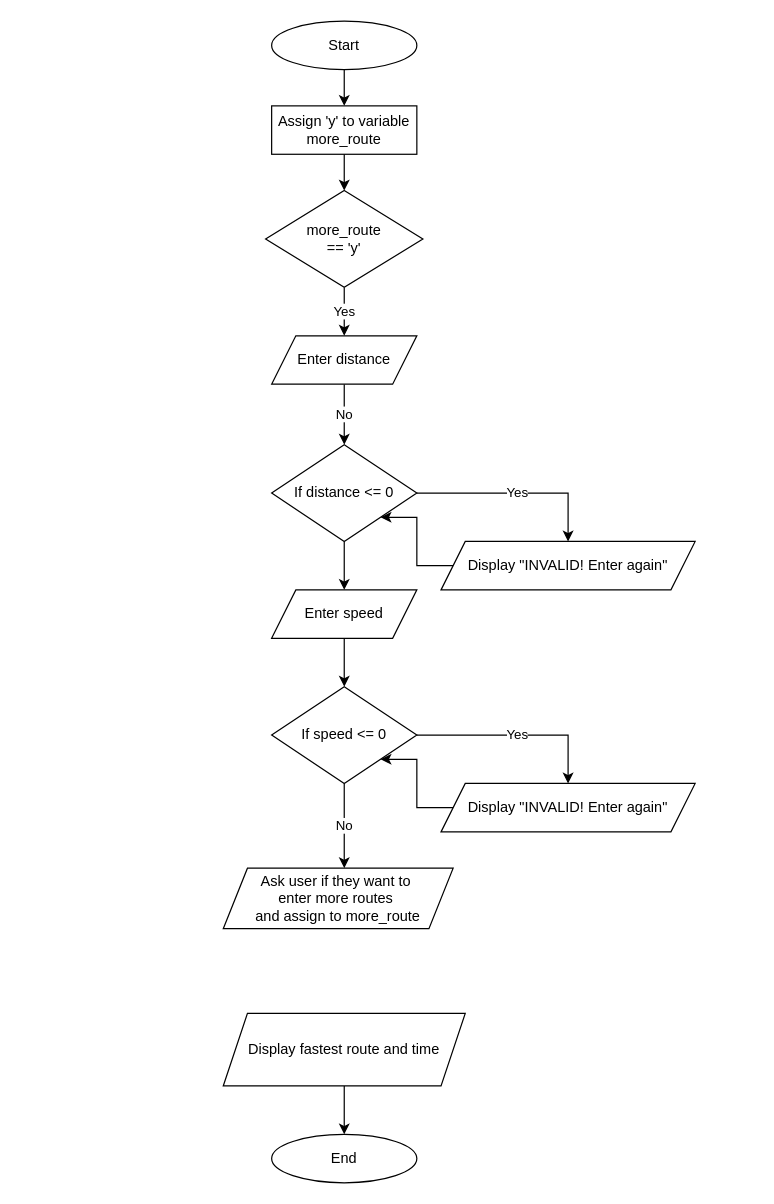
Before: Untitled Diagram.drawio in moodyr1719/CSC121, a draw.io diagram. Source tidied: cells renumbered, new cells numbered last; positions are measured from the earlier drawing's top-left corner, leaving out a move shared by most shapes. Both pictures are drawn from the tidied source at 121%, with x=0, y=0 at pixel (223, 21).
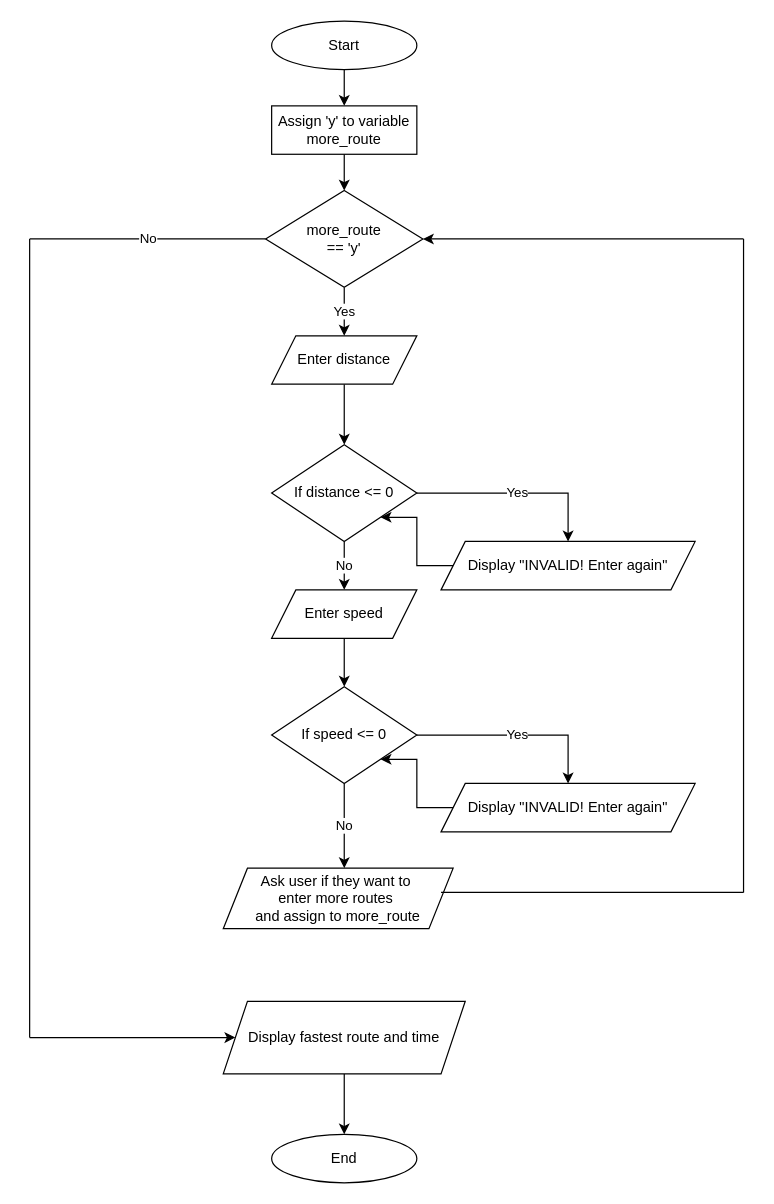
After the change.

The change refers to these unchanged cells:
```xml
<mxCell id="5" value="Enter distance" style="shape=parallelogram;perimeter=parallelogramPerimeter;whiteSpace=wrap;html=1;fixedSize=1;" parent="1" vertex="1">
  <mxGeometry x="40" y="260" width="120" height="40" as="geometry" />
</mxCell>
<mxCell id="8" value="If distance &amp;lt;= 0" style="rhombus;whiteSpace=wrap;html=1;" parent="1" vertex="1">
  <mxGeometry x="40" y="350" width="120" height="80" as="geometry" />
</mxCell>
<mxCell id="12" value="Enter speed" style="shape=parallelogram;perimeter=parallelogramPerimeter;whiteSpace=wrap;html=1;fixedSize=1;" parent="1" vertex="1">
  <mxGeometry x="40" y="470" width="120" height="40" as="geometry" />
</mxCell>
<mxCell id="23" value="more_route&lt;div&gt;== 'y'&lt;/div&gt;" style="rhombus;whiteSpace=wrap;html=1;" parent="1" vertex="1">
  <mxGeometry x="35" y="140" width="130" height="80" as="geometry" />
</mxCell>
```

What changed in the source:
```diff
@@
-    <mxCell id="4" value="No" style="edgeStyle=orthogonalEdgeStyle;rounded=0;jettySize=auto;html=1;exitX=0.5;exitY=1;exitDx=0;exitDy=0;entryX=0.5;entryY=0;entryDx=0;entryDy=0;" parent="1" edge="1" source="5" target="8">
-      <mxGeometry relative="1" as="geometry" />
-    </mxCell>
+    <mxCell id="27" style="edgeStyle=orthogonalEdgeStyle;rounded=0;jettySize=auto;html=1;exitX=0.5;exitY=1;exitDx=0;exitDy=0;entryX=0.5;entryY=0;entryDx=0;entryDy=0;" parent="1" edge="1" source="5" target="8">
+      <mxGeometry relative="1" as="geometry" />
+    </mxCell>
@@
-    <mxCell id="7" style="edgeStyle=orthogonalEdgeStyle;rounded=0;jettySize=auto;html=1;" parent="1" edge="1" source="8" target="12">
-      <mxGeometry relative="1" as="geometry" />
+    <mxCell id="7" value="No" style="edgeStyle=orthogonalEdgeStyle;rounded=0;jettySize=auto;html=1;" parent="1" edge="1" source="8" target="12">
+      <mxGeometry relative="1" as="geometry">
+        <Array as="points">
+          <mxPoint x="100" y="440" />
+          <mxPoint x="100" y="440" />
+        </Array>
+      </mxGeometry>
     </mxCell>
@@
     <mxCell id="26" value="Display fastest route and time" style="shape=parallelogram;perimeter=parallelogramPerimeter;whiteSpace=wrap;html=1;fixedSize=1;" parent="1" vertex="1">
-      <mxGeometry y="820" width="200" height="60" as="geometry" />
+      <mxGeometry y="810" width="200" height="60" as="geometry" />
     </mxCell>
+    <mxCell id="28" style="endArrow=none;html=1;rounded=0;" parent="1" edge="1">
+      <mxGeometry relative="1" as="geometry">
+        <mxPoint x="180" y="720" as="sourcePoint" />
+        <mxPoint x="430" y="720" as="targetPoint" />
+      </mxGeometry>
+    </mxCell>
+    <mxCell id="29" style="endArrow=classic;html=1;rounded=0;entryX=1;entryY=0.5;entryDx=0;entryDy=0;" parent="1" edge="1" target="23">
+      <mxGeometry relative="1" as="geometry">
+        <mxPoint x="430" y="180" as="sourcePoint" />
+      </mxGeometry>
+    </mxCell>
+    <mxCell id="30" style="endArrow=none;html=1;rounded=0;" parent="1" edge="1">
+      <mxGeometry relative="1" as="geometry">
+        <mxPoint x="430" y="720" as="sourcePoint" />
+        <mxPoint x="430" y="180" as="targetPoint" />
+      </mxGeometry>
+    </mxCell>
+    <mxCell id="4" value="No" style="endArrow=none;html=1;rounded=0;entryX=0;entryY=0.5;entryDx=0;entryDy=0;" parent="1" edge="1" target="23">
+      <mxGeometry relative="1" as="geometry">
+        <mxPoint x="-160" y="180" as="sourcePoint" />
+      </mxGeometry>
+    </mxCell>
+    <mxCell id="31" style="endArrow=none;html=1;rounded=0;" parent="1" edge="1">
+      <mxGeometry relative="1" as="geometry">
+        <mxPoint x="-160" y="840" as="sourcePoint" />
+        <mxPoint x="-160" y="180" as="targetPoint" />
+      </mxGeometry>
+    </mxCell>
+    <mxCell id="32" style="endArrow=classic;html=1;rounded=0;entryX=0;entryY=0.5;entryDx=0;entryDy=0;" parent="1" edge="1" target="26">
+      <mxGeometry relative="1" as="geometry">
+        <mxPoint x="-160" y="840" as="sourcePoint" />
+      </mxGeometry>
+    </mxCell>
```
